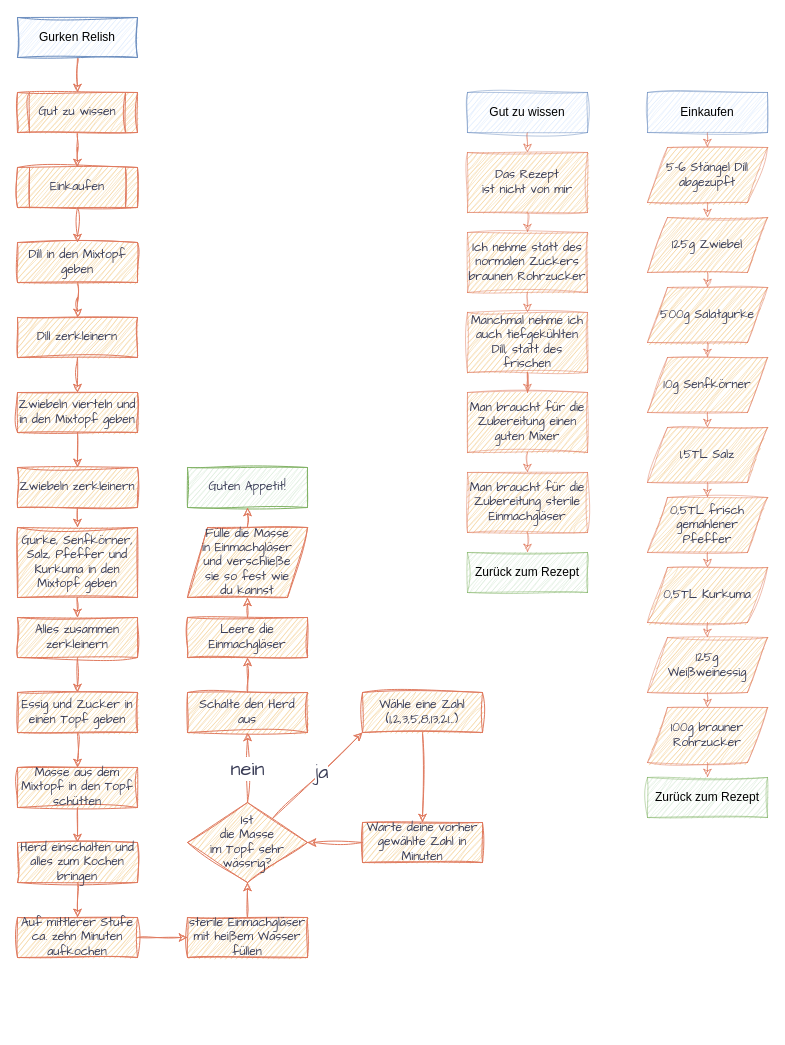
The draw.io diagram the_best_potato_salad_in_the_world/de_the_best_potato_salad_in_the_world.drawio in DarkDonnerGunther/rivercookery, before the edit. Source tidied: cells renumbered, new cells numbered last; positions are measured from the earlier drawing's top-left corner, leaving out a move shared by most shapes. Both pictures are drawn from the tidied source at 100%, with x=0, y=0 at pixel (17, 17).
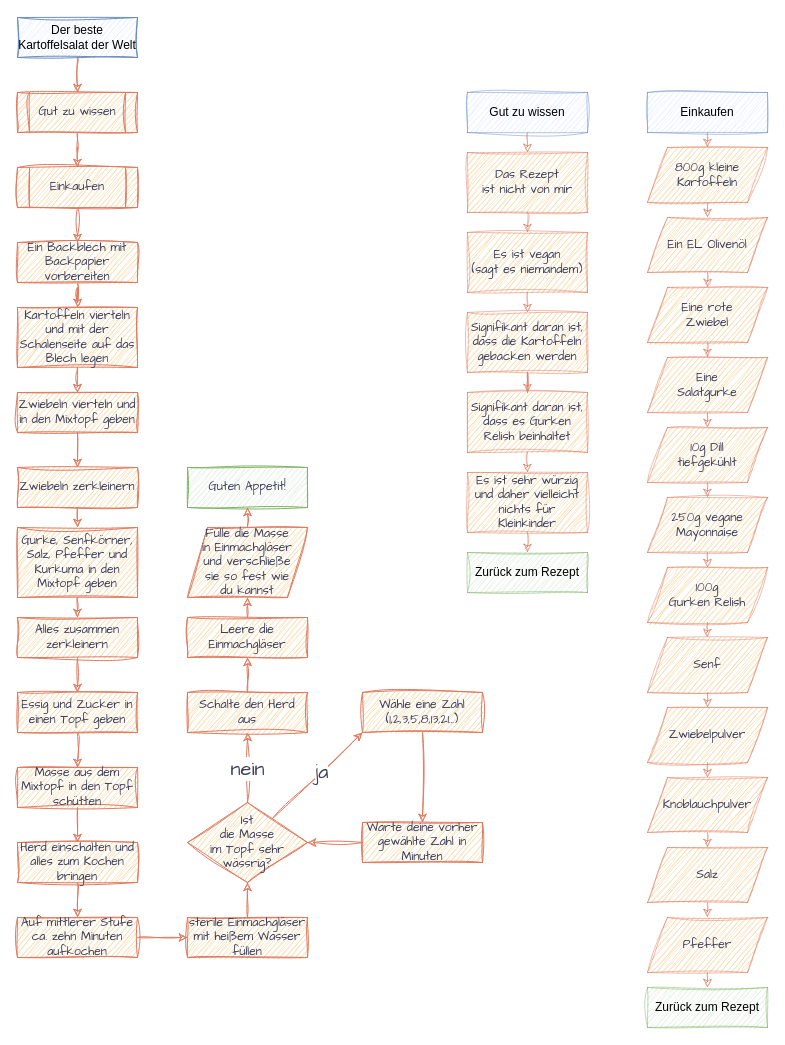
The same diagram, later.

The edit, as a diff of the source:
```diff
@@
-    <mxCell id="3" value="Gurken Relish" style="rounded=0;whiteSpace=wrap;html=1;fontSize=12;glass=0;strokeWidth=1;shadow=0;labelBackgroundColor=none;fillColor=#dae8fc;strokeColor=#6c8ebf;sketch=1;curveFitting=1;jiggle=2;" parent="1" vertex="1">
+    <mxCell id="3" value="Der beste Kartoffelsalat der Welt" style="rounded=0;whiteSpace=wrap;html=1;fontSize=12;glass=0;strokeWidth=1;shadow=0;labelBackgroundColor=none;fillColor=#dae8fc;strokeColor=#6c8ebf;sketch=1;curveFitting=1;jiggle=2;" parent="1" vertex="1">
       <mxGeometry width="120" height="40" as="geometry" />
     </mxCell>
@@
-    <mxCell id="7" value="Dill in den Mixtopf geben" style="rounded=0;whiteSpace=wrap;html=1;hachureGap=4;strokeColor=#E07A5F;fontFamily=Architects Daughter;fontSize=12;fontColor=#393C56;fillColor=#F2CC8F;sketch=1;curveFitting=1;jiggle=2;" parent="1" vertex="1">
+    <mxCell id="7" value="Ein Backblech mit Backpapier vorbereiten" style="rounded=0;whiteSpace=wrap;html=1;hachureGap=4;strokeColor=#E07A5F;fontFamily=Architects Daughter;fontSize=12;fontColor=#393C56;fillColor=#F2CC8F;sketch=1;curveFitting=1;jiggle=2;" parent="1" vertex="1">
       <mxGeometry y="225" width="120" height="40" as="geometry" />
     </mxCell>
@@
-    <mxCell id="13" value="Ich nehme statt des normalen Zuckers braunen Rohrzucker" style="shape=label;fixedSize=1;hachureGap=4;strokeColor=#E07A5F;fontFamily=Architects Daughter;fontSize=12;fontColor=#393C56;fillColor=#F2CC8F;labelBorderColor=none;whiteSpace=wrap;html=1;labelBackgroundColor=none;rounded=0;sketch=1;curveFitting=1;jiggle=2;shadow=0;strokeOpacity=50;" parent="1" vertex="1">
+    <mxCell id="13" value="Es ist vegan&lt;br&gt;(sagt es niemandem)" style="shape=label;fixedSize=1;hachureGap=4;strokeColor=#E07A5F;fontFamily=Architects Daughter;fontSize=12;fontColor=#393C56;fillColor=#F2CC8F;labelBorderColor=none;whiteSpace=wrap;html=1;labelBackgroundColor=none;rounded=0;sketch=1;curveFitting=1;jiggle=2;shadow=0;strokeOpacity=50;" parent="1" vertex="1">
       <mxGeometry x="450" y="215" width="120" height="60" as="geometry" />
     </mxCell>
@@
-    <mxCell id="15" value="Manchmal nehme ich auch tiefgekühlten Dill, statt des frischen" style="shape=label;fixedSize=1;hachureGap=4;strokeColor=#E07A5F;fontFamily=Architects Daughter;fontSize=12;fontColor=#393C56;fillColor=#F2CC8F;labelBorderColor=none;whiteSpace=wrap;html=1;labelBackgroundColor=none;rounded=0;sketch=1;curveFitting=1;jiggle=2;shadow=0;strokeOpacity=50;" parent="1" vertex="1">
+    <mxCell id="15" value="Signifikant daran ist, dass die Kartoffeln gebacken werden" style="shape=label;fixedSize=1;hachureGap=4;strokeColor=#E07A5F;fontFamily=Architects Daughter;fontSize=12;fontColor=#393C56;fillColor=#F2CC8F;labelBorderColor=none;whiteSpace=wrap;html=1;labelBackgroundColor=none;rounded=0;sketch=1;curveFitting=1;jiggle=2;shadow=0;strokeOpacity=50;" parent="1" vertex="1">
       <mxGeometry x="450" y="295" width="120" height="60" as="geometry" />
     </mxCell>
@@
-    <mxCell id="22" value="5-6 Stängel Dill&lt;br&gt;abgezupft" style="shape=parallelogram;fixedSize=1;hachureGap=4;strokeColor=#E07A5F;fontFamily=Architects Daughter;fontSize=12;fontColor=#393C56;fillColor=#F2CC8F;labelBorderColor=none;whiteSpace=wrap;html=1;labelBackgroundColor=none;verticalAlign=middle;rounded=0;sketch=1;curveFitting=1;jiggle=2;strokeOpacity=50;perimeter=parallelogramPerimeter;align=center;" parent="1" vertex="1">
+    <mxCell id="22" value="800g kleine Kartoffeln" style="shape=parallelogram;fixedSize=1;hachureGap=4;strokeColor=#E07A5F;fontFamily=Architects Daughter;fontSize=12;fontColor=#393C56;fillColor=#F2CC8F;labelBorderColor=none;whiteSpace=wrap;html=1;labelBackgroundColor=none;verticalAlign=middle;rounded=0;sketch=1;curveFitting=1;jiggle=2;strokeOpacity=50;perimeter=parallelogramPerimeter;align=center;" parent="1" vertex="1">
       <mxGeometry x="630" y="130" width="120" height="55" as="geometry" />
     </mxCell>
-    <mxCell id="23" value="Man braucht für die Zubereitung einen guten Mixer" style="shape=label;fixedSize=1;hachureGap=4;strokeColor=#E07A5F;fontFamily=Architects Daughter;fontSize=12;fontColor=#393C56;fillColor=#F2CC8F;labelBorderColor=none;whiteSpace=wrap;html=1;labelBackgroundColor=none;rounded=0;sketch=1;curveFitting=1;jiggle=2;shadow=0;strokeOpacity=50;" parent="1" vertex="1">
+    <mxCell id="23" value="Signifikant daran ist, dass es Gurken Relish beinhaltet" style="shape=label;fixedSize=1;hachureGap=4;strokeColor=#E07A5F;fontFamily=Architects Daughter;fontSize=12;fontColor=#393C56;fillColor=#F2CC8F;labelBorderColor=none;whiteSpace=wrap;html=1;labelBackgroundColor=none;rounded=0;sketch=1;curveFitting=1;jiggle=2;shadow=0;strokeOpacity=50;" parent="1" vertex="1">
       <mxGeometry x="450" y="375" width="120" height="60" as="geometry" />
     </mxCell>
     <mxCell id="24" value="Zurück zum Rezept" style="rounded=0;whiteSpace=wrap;html=1;fontSize=12;glass=0;strokeWidth=1;shadow=0;labelBackgroundColor=none;fillColor=#d5e8d4;strokeColor=#82b366;sketch=1;curveFitting=1;jiggle=2;strokeOpacity=50;" parent="1" vertex="1">
-      <mxGeometry x="630" y="760" width="120" height="40" as="geometry" />
+      <mxGeometry x="630" y="970" width="120" height="40" as="geometry" />
     </mxCell>
@@
-    <mxCell id="26" value="Dill zerkleinern" style="rounded=0;whiteSpace=wrap;html=1;hachureGap=4;strokeColor=#E07A5F;fontFamily=Architects Daughter;fontSize=12;fontColor=#393C56;fillColor=#F2CC8F;sketch=1;curveFitting=1;jiggle=2;" parent="1" vertex="1">
-      <mxGeometry y="300" width="120" height="40" as="geometry" />
+    <mxCell id="26" value="Kartoffeln vierteln und mit der Schalenseite auf das Blech legen" style="rounded=0;whiteSpace=wrap;html=1;hachureGap=4;strokeColor=#E07A5F;fontFamily=Architects Daughter;fontSize=12;fontColor=#393C56;fillColor=#F2CC8F;sketch=1;curveFitting=1;jiggle=2;" parent="1" vertex="1">
+      <mxGeometry y="290" width="120" height="60" as="geometry" />
     </mxCell>
@@
-    <mxCell id="60" value="125g Zwiebel" style="shape=parallelogram;fixedSize=1;hachureGap=4;strokeColor=#E07A5F;fontFamily=Architects Daughter;fontSize=12;fontColor=#393C56;fillColor=#F2CC8F;labelBorderColor=none;whiteSpace=wrap;html=1;labelBackgroundColor=none;verticalAlign=middle;rounded=0;sketch=1;curveFitting=1;jiggle=2;strokeOpacity=50;perimeter=parallelogramPerimeter;align=center;" parent="1" vertex="1">
+    <mxCell id="60" value="Ein EL Olivenöl" style="shape=parallelogram;fixedSize=1;hachureGap=4;strokeColor=#E07A5F;fontFamily=Architects Daughter;fontSize=12;fontColor=#393C56;fillColor=#F2CC8F;labelBorderColor=none;whiteSpace=wrap;html=1;labelBackgroundColor=none;verticalAlign=middle;rounded=0;sketch=1;curveFitting=1;jiggle=2;strokeOpacity=50;perimeter=parallelogramPerimeter;align=center;" parent="1" vertex="1">
       <mxGeometry x="630" y="200" width="120" height="55" as="geometry" />
     </mxCell>
-    <mxCell id="61" value="500g Salatgurke" style="shape=parallelogram;fixedSize=1;hachureGap=4;strokeColor=#E07A5F;fontFamily=Architects Daughter;fontSize=12;fontColor=#393C56;fillColor=#F2CC8F;labelBorderColor=none;whiteSpace=wrap;html=1;labelBackgroundColor=none;verticalAlign=middle;rounded=0;sketch=1;curveFitting=1;jiggle=2;strokeOpacity=50;perimeter=parallelogramPerimeter;align=center;" parent="1" vertex="1">
+    <mxCell id="61" value="Eine rote&lt;br&gt;Zwiebel" style="shape=parallelogram;fixedSize=1;hachureGap=4;strokeColor=#E07A5F;fontFamily=Architects Daughter;fontSize=12;fontColor=#393C56;fillColor=#F2CC8F;labelBorderColor=none;whiteSpace=wrap;html=1;labelBackgroundColor=none;verticalAlign=middle;rounded=0;sketch=1;curveFitting=1;jiggle=2;strokeOpacity=50;perimeter=parallelogramPerimeter;align=center;" parent="1" vertex="1">
       <mxGeometry x="630" y="270" width="120" height="55" as="geometry" />
     </mxCell>
@@
-    <mxCell id="63" value="10g Senfkörner" style="shape=parallelogram;fixedSize=1;hachureGap=4;strokeColor=#E07A5F;fontFamily=Architects Daughter;fontSize=12;fontColor=#393C56;fillColor=#F2CC8F;labelBorderColor=none;whiteSpace=wrap;html=1;labelBackgroundColor=none;verticalAlign=middle;rounded=0;sketch=1;curveFitting=1;jiggle=2;strokeOpacity=50;perimeter=parallelogramPerimeter;align=center;" parent="1" vertex="1">
+    <mxCell id="63" value="Eine&lt;br&gt;&lt;div&gt;Salatgurke&lt;/div&gt;" style="shape=parallelogram;fixedSize=1;hachureGap=4;strokeColor=#E07A5F;fontFamily=Architects Daughter;fontSize=12;fontColor=#393C56;fillColor=#F2CC8F;labelBorderColor=none;whiteSpace=wrap;html=1;labelBackgroundColor=none;verticalAlign=middle;rounded=0;sketch=1;curveFitting=1;jiggle=2;strokeOpacity=50;perimeter=parallelogramPerimeter;align=center;" parent="1" vertex="1">
       <mxGeometry x="630" y="340" width="120" height="55" as="geometry" />
     </mxCell>
@@
-    <mxCell id="65" value="1,5TL Salz" style="shape=parallelogram;fixedSize=1;hachureGap=4;strokeColor=#E07A5F;fontFamily=Architects Daughter;fontSize=12;fontColor=#393C56;fillColor=#F2CC8F;labelBorderColor=none;whiteSpace=wrap;html=1;labelBackgroundColor=none;verticalAlign=middle;rounded=0;sketch=1;curveFitting=1;jiggle=2;strokeOpacity=50;perimeter=parallelogramPerimeter;align=center;" parent="1" vertex="1">
+    <mxCell id="65" value="10g Dill&lt;br&gt;tiefgekühlt" style="shape=parallelogram;fixedSize=1;hachureGap=4;strokeColor=#E07A5F;fontFamily=Architects Daughter;fontSize=12;fontColor=#393C56;fillColor=#F2CC8F;labelBorderColor=none;whiteSpace=wrap;html=1;labelBackgroundColor=none;verticalAlign=middle;rounded=0;sketch=1;curveFitting=1;jiggle=2;strokeOpacity=50;perimeter=parallelogramPerimeter;align=center;" parent="1" vertex="1">
       <mxGeometry x="630" y="410" width="120" height="55" as="geometry" />
     </mxCell>
@@
-    <mxCell id="67" value="0,5TL frisch&lt;div&gt;gemahlener&lt;/div&gt;&lt;div&gt;Pfeffer&lt;/div&gt;" style="shape=parallelogram;fixedSize=1;hachureGap=4;strokeColor=#E07A5F;fontFamily=Architects Daughter;fontSize=12;fontColor=#393C56;fillColor=#F2CC8F;labelBorderColor=none;whiteSpace=wrap;html=1;labelBackgroundColor=none;verticalAlign=middle;rounded=0;sketch=1;curveFitting=1;jiggle=2;strokeOpacity=50;perimeter=parallelogramPerimeter;align=center;" parent="1" vertex="1">
+    <mxCell id="67" value="250g vegane&lt;br&gt;Mayonnaise" style="shape=parallelogram;fixedSize=1;hachureGap=4;strokeColor=#E07A5F;fontFamily=Architects Daughter;fontSize=12;fontColor=#393C56;fillColor=#F2CC8F;labelBorderColor=none;whiteSpace=wrap;html=1;labelBackgroundColor=none;verticalAlign=middle;rounded=0;sketch=1;curveFitting=1;jiggle=2;strokeOpacity=50;perimeter=parallelogramPerimeter;align=center;" parent="1" vertex="1">
       <mxGeometry x="630" y="480" width="120" height="55" as="geometry" />
     </mxCell>
@@
-    <mxCell id="69" value="0,5TL Kurkuma" style="shape=parallelogram;fixedSize=1;hachureGap=4;strokeColor=#E07A5F;fontFamily=Architects Daughter;fontSize=12;fontColor=#393C56;fillColor=#F2CC8F;labelBorderColor=none;whiteSpace=wrap;html=1;labelBackgroundColor=none;verticalAlign=middle;rounded=0;sketch=1;curveFitting=1;jiggle=2;strokeOpacity=50;perimeter=parallelogramPerimeter;align=center;" parent="1" vertex="1">
+    <mxCell id="69" value="100g&lt;br&gt;Gurken Relish" style="shape=parallelogram;fixedSize=1;hachureGap=4;strokeColor=#E07A5F;fontFamily=Architects Daughter;fontSize=12;fontColor=#393C56;fillColor=#F2CC8F;labelBorderColor=none;whiteSpace=wrap;html=1;labelBackgroundColor=none;verticalAlign=middle;rounded=0;sketch=1;curveFitting=1;jiggle=2;strokeOpacity=50;perimeter=parallelogramPerimeter;align=center;" parent="1" vertex="1">
       <mxGeometry x="630" y="550" width="120" height="55" as="geometry" />
     </mxCell>
@@
-    <mxCell id="71" value="125g&lt;br&gt;Weißweinessig" style="shape=parallelogram;fixedSize=1;hachureGap=4;strokeColor=#E07A5F;fontFamily=Architects Daughter;fontSize=12;fontColor=#393C56;fillColor=#F2CC8F;labelBorderColor=none;whiteSpace=wrap;html=1;labelBackgroundColor=none;verticalAlign=middle;rounded=0;sketch=1;curveFitting=1;jiggle=2;strokeOpacity=50;perimeter=parallelogramPerimeter;align=center;" parent="1" vertex="1">
+    <mxCell id="71" value="Senf" style="shape=parallelogram;fixedSize=1;hachureGap=4;strokeColor=#E07A5F;fontFamily=Architects Daughter;fontSize=12;fontColor=#393C56;fillColor=#F2CC8F;labelBorderColor=none;whiteSpace=wrap;html=1;labelBackgroundColor=none;verticalAlign=middle;rounded=0;sketch=1;curveFitting=1;jiggle=2;strokeOpacity=50;perimeter=parallelogramPerimeter;align=center;" parent="1" vertex="1">
       <mxGeometry x="630" y="620" width="120" height="55" as="geometry" />
     </mxCell>
@@
-    <mxCell id="73" style="edgeStyle=orthogonalEdgeStyle;rounded=0;jettySize=auto;html=1;exitX=0.5;exitY=1;exitDx=0;exitDy=0;entryX=0.5;entryY=0;entryDx=0;entryDy=0;hachureGap=4;strokeColor=#E07A5F;fontFamily=Architects Daughter;fontSize=16;fontColor=#393C56;fillColor=#F2CC8F;sketch=1;curveFitting=1;jiggle=2;strokeOpacity=50;" parent="1" edge="1" source="74" target="24">
-      <mxGeometry relative="1" as="geometry" />
-    </mxCell>
-    <mxCell id="74" value="100g brauner&lt;br&gt;Rohrzucker" style="shape=parallelogram;fixedSize=1;hachureGap=4;strokeColor=#E07A5F;fontFamily=Architects Daughter;fontSize=12;fontColor=#393C56;fillColor=#F2CC8F;labelBorderColor=none;whiteSpace=wrap;html=1;labelBackgroundColor=none;verticalAlign=middle;rounded=0;sketch=1;curveFitting=1;jiggle=2;strokeOpacity=50;perimeter=parallelogramPerimeter;align=center;" parent="1" vertex="1">
+    <mxCell id="74" value="Zwiebelpulver" style="shape=parallelogram;fixedSize=1;hachureGap=4;strokeColor=#E07A5F;fontFamily=Architects Daughter;fontSize=12;fontColor=#393C56;fillColor=#F2CC8F;labelBorderColor=none;whiteSpace=wrap;html=1;labelBackgroundColor=none;verticalAlign=middle;rounded=0;sketch=1;curveFitting=1;jiggle=2;strokeOpacity=50;perimeter=parallelogramPerimeter;align=center;" parent="1" vertex="1">
       <mxGeometry x="630" y="690" width="120" height="55" as="geometry" />
     </mxCell>
@@
-    <mxCell id="76" value="Man braucht für die Zubereitung sterile Einmachgläser" style="shape=label;fixedSize=1;hachureGap=4;strokeColor=#E07A5F;fontFamily=Architects Daughter;fontSize=12;fontColor=#393C56;fillColor=#F2CC8F;labelBorderColor=none;whiteSpace=wrap;html=1;labelBackgroundColor=none;rounded=0;sketch=1;curveFitting=1;jiggle=2;shadow=0;strokeOpacity=50;" parent="1" vertex="1">
+    <mxCell id="76" value="Es ist sehr würzig und daher vielleicht nichts für Kleinkinder" style="shape=label;fixedSize=1;hachureGap=4;strokeColor=#E07A5F;fontFamily=Architects Daughter;fontSize=12;fontColor=#393C56;fillColor=#F2CC8F;labelBorderColor=none;whiteSpace=wrap;html=1;labelBackgroundColor=none;rounded=0;sketch=1;curveFitting=1;jiggle=2;shadow=0;strokeOpacity=50;" parent="1" vertex="1">
       <mxGeometry x="450" y="455" width="120" height="60" as="geometry" />
     </mxCell>
@@
+    <mxCell id="80" style="edgeStyle=orthogonalEdgeStyle;rounded=0;jettySize=auto;html=1;entryX=0.5;entryY=0;entryDx=0;entryDy=0;hachureGap=4;strokeColor=#E07A5F;fontFamily=Architects Daughter;fontSize=16;fontColor=#393C56;fillColor=#F2CC8F;sketch=1;curveFitting=1;jiggle=2;strokeOpacity=50;exitX=0.5;exitY=1;exitDx=0;exitDy=0;" parent="1" edge="1" source="74" target="81">
+      <mxGeometry relative="1" as="geometry" />
+    </mxCell>
+    <mxCell id="81" value="Knoblauchpulver" style="shape=parallelogram;fixedSize=1;hachureGap=4;strokeColor=#E07A5F;fontFamily=Architects Daughter;fontSize=12;fontColor=#393C56;fillColor=#F2CC8F;labelBorderColor=none;whiteSpace=wrap;html=1;labelBackgroundColor=none;verticalAlign=middle;rounded=0;sketch=1;curveFitting=1;jiggle=2;strokeOpacity=50;perimeter=parallelogramPerimeter;align=center;" parent="1" vertex="1">
+      <mxGeometry x="630" y="760" width="120" height="55" as="geometry" />
+    </mxCell>
+    <mxCell id="82" style="edgeStyle=orthogonalEdgeStyle;rounded=0;jettySize=auto;html=1;entryX=0.5;entryY=0;entryDx=0;entryDy=0;hachureGap=4;strokeColor=#E07A5F;fontFamily=Architects Daughter;fontSize=16;fontColor=#393C56;fillColor=#F2CC8F;sketch=1;curveFitting=1;jiggle=2;strokeOpacity=50;exitX=0.5;exitY=1;exitDx=0;exitDy=0;" parent="1" edge="1" source="81" target="83">
+      <mxGeometry relative="1" as="geometry" />
+    </mxCell>
+    <mxCell id="83" value="Salz" style="shape=parallelogram;fixedSize=1;hachureGap=4;strokeColor=#E07A5F;fontFamily=Architects Daughter;fontSize=12;fontColor=#393C56;fillColor=#F2CC8F;labelBorderColor=none;whiteSpace=wrap;html=1;labelBackgroundColor=none;verticalAlign=middle;rounded=0;sketch=1;curveFitting=1;jiggle=2;strokeOpacity=50;perimeter=parallelogramPerimeter;align=center;" parent="1" vertex="1">
+      <mxGeometry x="630" y="830" width="120" height="55" as="geometry" />
+    </mxCell>
+    <mxCell id="84" style="edgeStyle=orthogonalEdgeStyle;rounded=0;jettySize=auto;html=1;entryX=0.5;entryY=0;entryDx=0;entryDy=0;hachureGap=4;strokeColor=#E07A5F;fontFamily=Architects Daughter;fontSize=16;fontColor=#393C56;fillColor=#F2CC8F;sketch=1;curveFitting=1;jiggle=2;strokeOpacity=50;exitX=0.5;exitY=1;exitDx=0;exitDy=0;" parent="1" edge="1" source="83" target="85">
+      <mxGeometry relative="1" as="geometry" />
+    </mxCell>
+    <mxCell id="85" value="Pfeffer" style="shape=parallelogram;fixedSize=1;hachureGap=4;strokeColor=#E07A5F;fontFamily=Architects Daughter;fontSize=12;fontColor=#393C56;fillColor=#F2CC8F;labelBorderColor=none;whiteSpace=wrap;html=1;labelBackgroundColor=none;verticalAlign=middle;rounded=0;sketch=1;curveFitting=1;jiggle=2;strokeOpacity=50;perimeter=parallelogramPerimeter;align=center;" parent="1" vertex="1">
+      <mxGeometry x="630" y="900" width="120" height="55" as="geometry" />
+    </mxCell>
+    <mxCell id="86" style="edgeStyle=orthogonalEdgeStyle;rounded=0;jettySize=auto;html=1;entryX=0.5;entryY=0;entryDx=0;entryDy=0;hachureGap=4;strokeColor=#E07A5F;fontFamily=Architects Daughter;fontSize=16;fontColor=#393C56;fillColor=#F2CC8F;sketch=1;curveFitting=1;jiggle=2;strokeOpacity=50;exitX=0.5;exitY=1;exitDx=0;exitDy=0;" parent="1" edge="1" source="85" target="24">
+      <mxGeometry relative="1" as="geometry" />
+    </mxCell>
```
